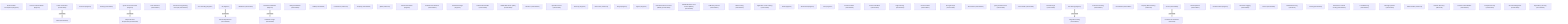
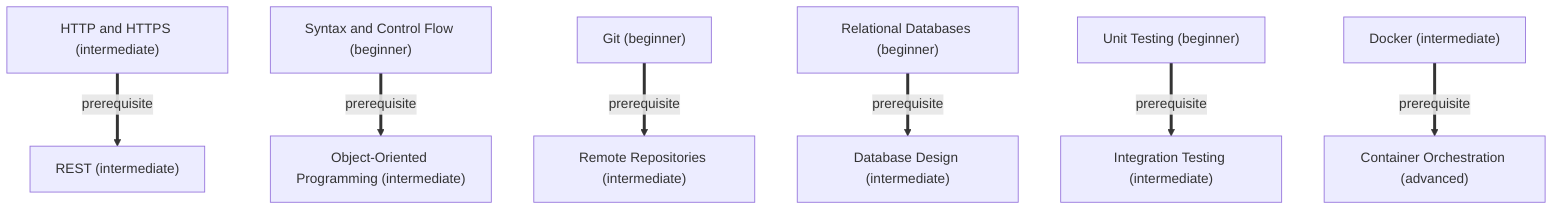
graph TD
-     n_backend-web-development["Backend Web Development (beginner)"]
-     n_how-the-internet-works["How the Internet Works (beginner)"]
    n_http-and-https["HTTP and HTTPS (intermediate)"]
-     n_browsers["Browsers (beginner)"]
-     n_hosting["Hosting (intermediate)"]
    n_syntax-and-control-flow["Syntax and Control Flow (beginner)"]
-     n_data-structures["Data Structures (intermediate)"]
    n_object-oriented-programming["Object-Oriented Programming (intermediate)"]
-     n_functional-programming-concepts["Functional Programming Concepts (intermediate)"]
-     n_error-handling["Error Handling (beginner)"]
    n_git["Git (beginner)"]
    n_remote-repositories["Remote Repositories (intermediate)"]
-     n_workflows["Workflows (intermediate)"]
    n_relational-databases["Relational Databases (beginner)"]
-     n_nosql-databases["NoSQL Databases (intermediate)"]
    n_database-design["Database Design (intermediate)"]
-     n_orms["ORMs (intermediate)"]
-     n_transactions["Transactions (advanced)"]
    n_rest["REST (intermediate)"]
-     n_graphql["GraphQL (intermediate)"]
-     n_grpc["gRPC (advanced)"]
-     n_api-documentation["API Documentation (beginner)"]
-     n_authentication-patterns["Authentication Patterns (intermediate)"]
-     n_password-storage["Password Storage (beginner)"]
-     n_authorization-models["Authorization Models (intermediate)"]
-     n_jwt["JSON Web Tokens (JWT) (intermediate)"]
-     n_oauth-2-0["OAuth 2.0 (intermediate)"]
-     n_openid-connect["OpenID Connect (intermediate)"]
-     n_api-keys["API Keys (beginner)"]
-     n_mutual-tls["Mutual TLS (advanced)"]
-     n_bcrypt["Bcrypt (beginner)"]
-     n_argon2["Argon2 (beginner)"]
-     n_rbac["Role-Based Access Control (RBAC) (intermediate)"]
-     n_abac["Attribute-Based Access Control (ABAC) (intermediate)"]
-     n_in-memory-caches["In-Memory Caches (intermediate)"]
-     n_cdn-caching["CDN Caching (intermediate)"]
-     n_application-level-caching["Application-Level Caching (intermediate)"]
-     n_redis["Redis (beginner)"]
-     n_memcached["Memcached (beginner)"]
-     n_ttl["TTLs (beginner)"]
-     n_eviction-policies["Eviction Policies (intermediate)"]
-     n_cache-invalidation["Cache Invalidation (intermediate)"]
-     n_edge-caching["Edge Caching (intermediate)"]
-     n_cache-headers["Cache Headers (intermediate)"]
-     n_surrogate-keys["Surrogate Keys (intermediate)"]
-     n_memoization["Memoization (intermediate)"]
-     n_query-result-caches["Query Result Caches (intermediate)"]
-     n_cache-aside["Cache-Aside (intermediate)"]
-     n_read-through["Read-Through (intermediate)"]
    n_unit-testing["Unit Testing (beginner)"]
    n_integration-testing["Integration Testing (intermediate)"]
-     n_end-to-end-testing["End-to-End Testing (intermediate)"]
-     n_test-doubles["Test Doubles (intermediate)"]
-     n_property-based-testing["Property-Based Testing (advanced)"]
    n_docker["Docker (intermediate)"]
    n_container-orchestration["Container Orchestration (advanced)"]
-     n_ci-cd-pipelines["CI/CD Pipelines (intermediate)"]
-     n_cloud-providers["Cloud Providers (beginner)"]
-     n_structured-logging["Structured Logging (intermediate)"]
-     n_metrics["Metrics (intermediate)"]
-     n_distributed-tracing["Distributed Tracing (advanced)"]
-     n_alerting["Alerting (intermediate)"]
-     n_horizontal-vs-vertical-scaling["Horizontal vs Vertical Scaling (intermediate)"]
-     n_load-balancing["Load Balancing (intermediate)"]
-     n_message-queues["Message Queues (intermediate)"]
-     n_failure-modes["Failure Modes (advanced)"]
-     n_disaster-recovery["Disaster Recovery (advanced)"]
-     n_common-vulnerabilities["Common Vulnerabilities (intermediate)"]
-     n_transport-security["Transport Security (intermediate)"]
-     n_secrets-management["Secrets Management (intermediate)"]
-     n_dependency-security["Dependency Security (intermediate)"]
    n_syntax-and-control-flow ==>|prerequisite| n_object-oriented-programming
    n_http-and-https ==>|prerequisite| n_rest
    n_git ==>|prerequisite| n_remote-repositories
    n_relational-databases ==>|prerequisite| n_database-design
    n_unit-testing ==>|prerequisite| n_integration-testing
    n_docker ==>|prerequisite| n_container-orchestration